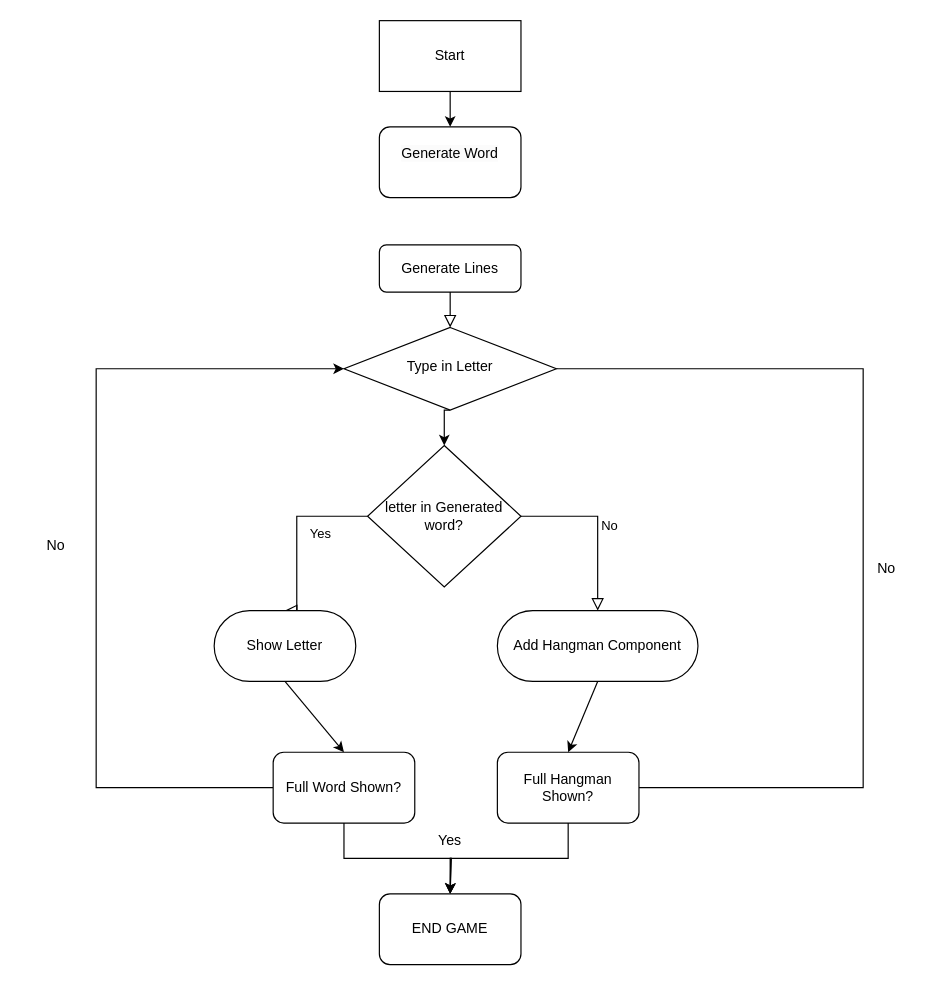
The draw.io diagram Untitled Diagram.drawio in paulchrisc/playground_firstJavaScript, before the edit. Source tidied: cells renumbered, new cells numbered last; positions are measured from the earlier drawing's top-left corner, leaving out a move shared by most shapes. Both pictures are drawn from the tidied source at 118%, with x=0, y=0 at pixel (20, 20).
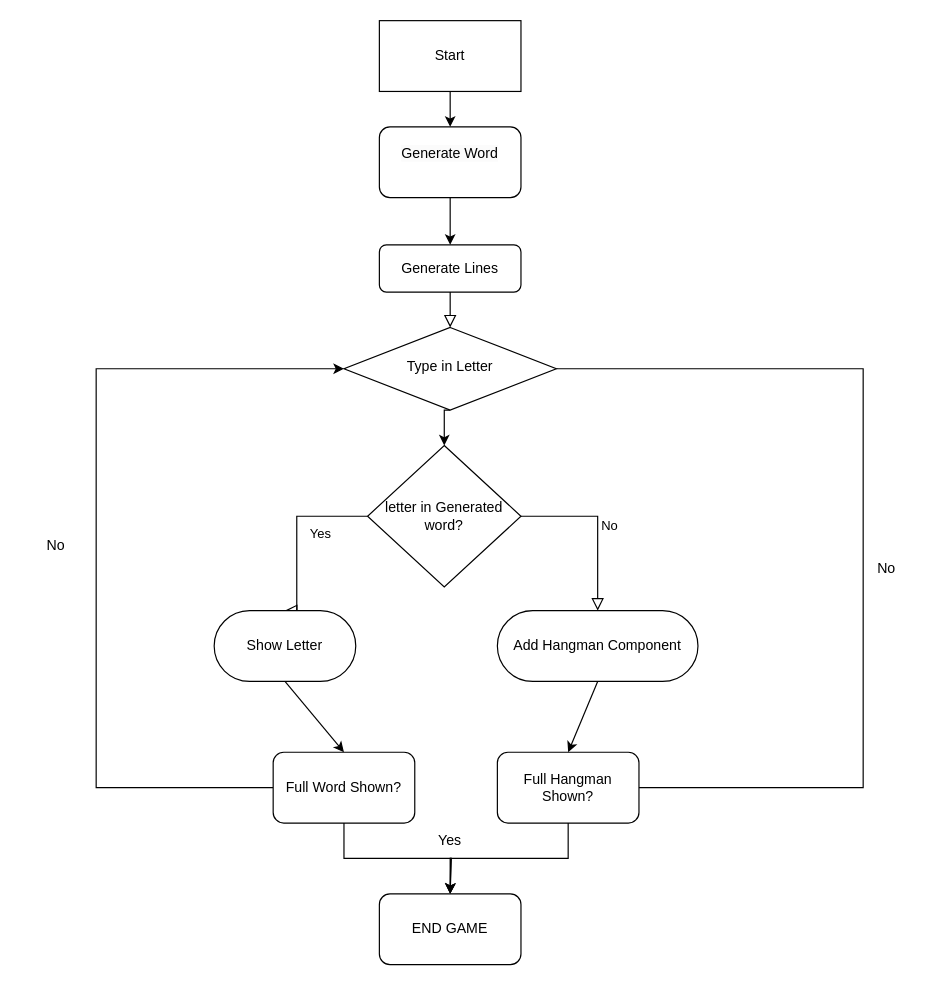
The same page after the edit.

Unchanged cells that the change refers to:
```xml
<mxCell id="3" value="Generate Lines" style="rounded=1;whiteSpace=wrap;html=1;fontSize=12;glass=0;strokeWidth=1;shadow=0;" parent="1" vertex="1">
  <mxGeometry x="304" y="190" width="120" height="40" as="geometry" />
</mxCell>
<mxCell id="24" value="&#10;&lt;span style=&quot;color: rgb(0, 0, 0); font-family: Helvetica; font-size: 12px; font-style: normal; font-variant-ligatures: normal; font-variant-caps: normal; font-weight: 400; letter-spacing: normal; orphans: 2; text-align: center; text-indent: 0px; text-transform: none; widows: 2; word-spacing: 0px; -webkit-text-stroke-width: 0px; background-color: rgb(251, 251, 251); text-decoration-thickness: initial; text-decoration-style: initial; text-decoration-color: initial; float: none; display: inline !important;&quot;&gt;Generate Word&lt;/span&gt;&#10;&#10;" style="rounded=1;whiteSpace=wrap;html=1;" parent="1" vertex="1">
  <mxGeometry x="304" y="90" width="120" height="60" as="geometry" />
</mxCell>
```

What changed in the source:
```diff
@@
+    <mxCell id="27" style="endArrow=classic;html=1;rounded=0;exitX=0.5;exitY=1;exitDx=0;exitDy=0;" parent="1" edge="1" source="24" target="3">
+      <mxGeometry relative="1" as="geometry" />
+    </mxCell>
```
